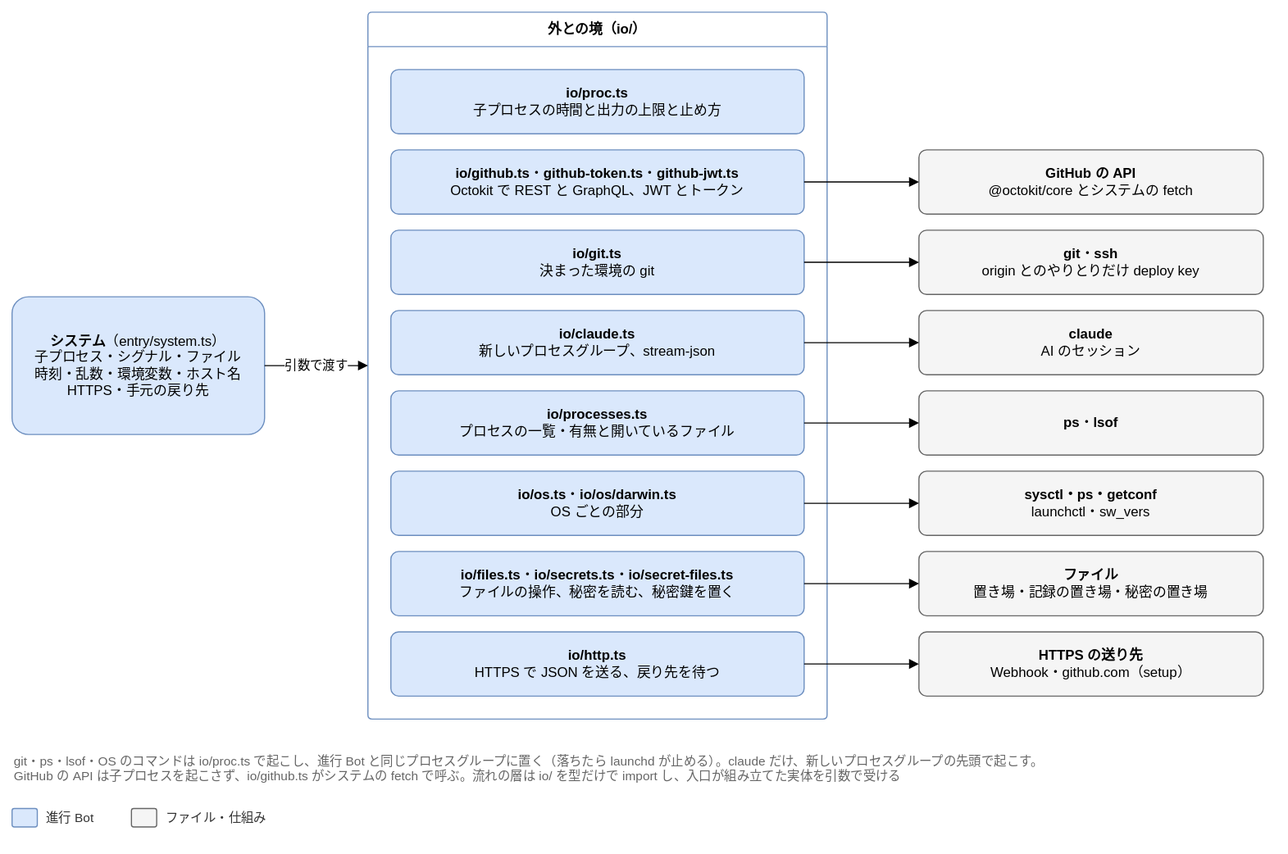
Above: docs/design/detailed/diagrams/01-modules.drawio.svg in Joymerrevent/dev-autopilot (draw.io), before the change. Source tidied: cells renumbered, new cells last; positions are measured from the earlier drawing's top-left corner, leaving out a move shared by most shapes.
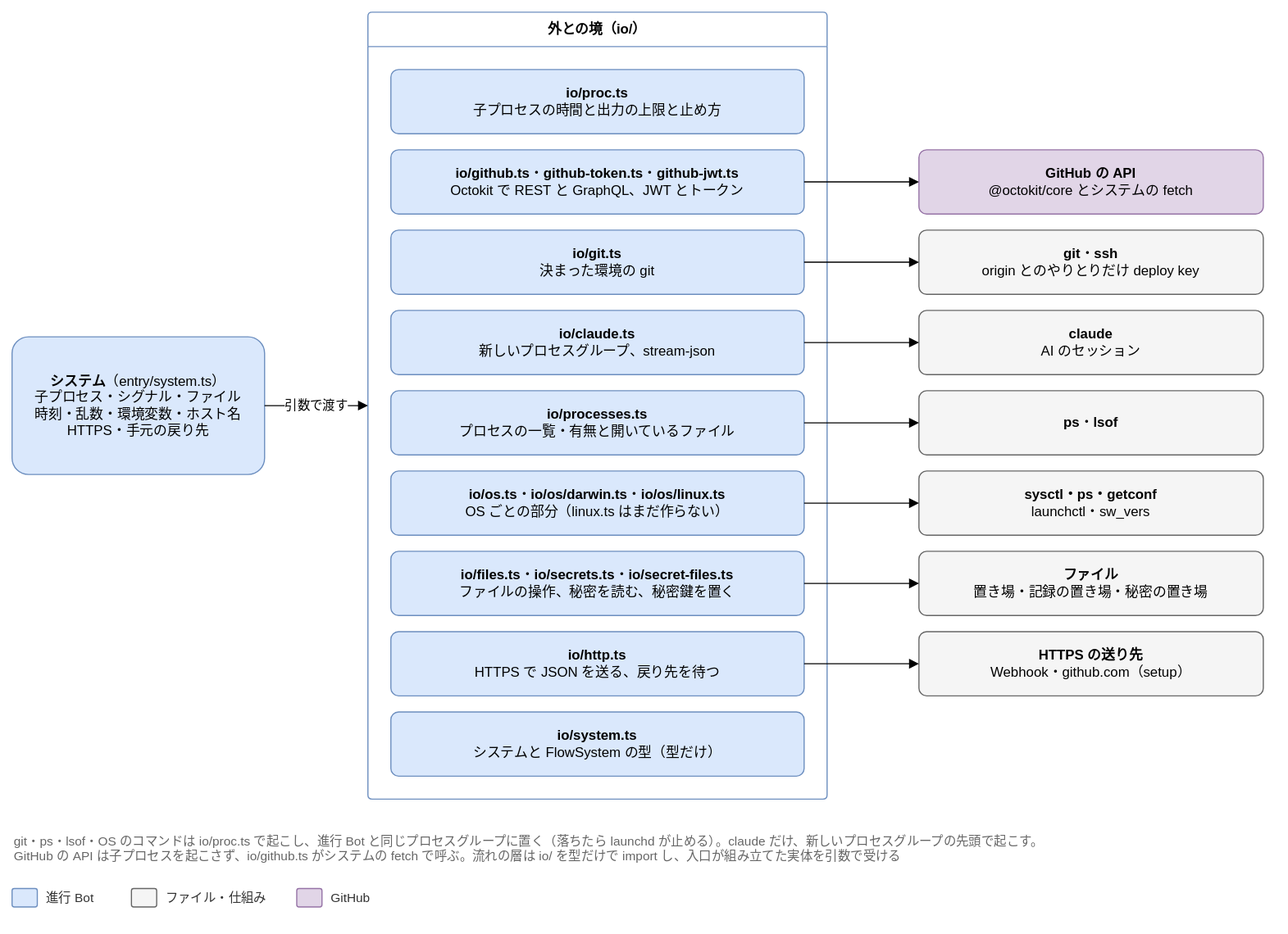
The same file after the commit.

Change to the diagram source:
```diff
@@ -3,7 +3,7 @@
     <mxCell id="0" />
     <mxCell id="1" parent="0" />
     <mxCell id="2" value="外との境（io/）" style="swimlane;startSize=30;html=1;whiteSpace=wrap;rounded=1;arcSize=4;fontStyle=1;fontSize=12;fillColor=none;swimlaneFillColor=none;strokeColor=#6c8ebf;" parent="1" vertex="1">
-      <mxGeometry x="310" width="400" height="616" as="geometry" />
+      <mxGeometry x="310" width="400" height="686" as="geometry" />
     </mxCell>
     <mxCell id="3" value="&lt;b&gt;io/proc.ts&lt;/b&gt;&lt;br&gt;子プロセスの時間と出力の上限と止め方" style="rounded=1;whiteSpace=wrap;html=1;fontSize=12;arcSize=12;spacing=12;fillColor=#dae8fc;strokeColor=#6c8ebf;" parent="2" vertex="1">
       <mxGeometry x="20" y="50" width="360" height="56" as="geometry" />
@@ -20,7 +20,7 @@
     <mxCell id="7" value="&lt;b&gt;io/processes.ts&lt;/b&gt;&lt;br&gt;プロセスの一覧・有無と開いているファイル" style="rounded=1;whiteSpace=wrap;html=1;fontSize=12;arcSize=12;spacing=12;fillColor=#dae8fc;strokeColor=#6c8ebf;" parent="2" vertex="1">
       <mxGeometry x="20" y="330" width="360" height="56" as="geometry" />
     </mxCell>
-    <mxCell id="8" value="&lt;b&gt;io/os.ts&lt;/b&gt;・&lt;b&gt;io/os/darwin.ts&lt;/b&gt;&lt;br&gt;OS ごとの部分" style="rounded=1;whiteSpace=wrap;html=1;fontSize=12;arcSize=12;spacing=12;fillColor=#dae8fc;strokeColor=#6c8ebf;" parent="2" vertex="1">
+    <mxCell id="8" value="&lt;b&gt;io/os.ts&lt;/b&gt;・&lt;b&gt;io/os/darwin.ts&lt;/b&gt;・&lt;b&gt;io/os/linux.ts&lt;/b&gt;&lt;br&gt;OS ごとの部分（linux.ts はまだ作らない）" style="rounded=1;whiteSpace=wrap;html=1;fontSize=12;arcSize=12;spacing=12;fillColor=#dae8fc;strokeColor=#6c8ebf;" parent="2" vertex="1">
       <mxGeometry x="20" y="400" width="360" height="56" as="geometry" />
     </mxCell>
     <mxCell id="9" value="&lt;b&gt;io/files.ts&lt;/b&gt;・&lt;b&gt;io/secrets.ts&lt;/b&gt;・&lt;b&gt;io/secret-files.ts&lt;/b&gt;&lt;br&gt;ファイルの操作、秘密を読む、秘密鍵を置く" style="rounded=1;whiteSpace=wrap;html=1;fontSize=12;arcSize=12;spacing=12;fillColor=#dae8fc;strokeColor=#6c8ebf;" parent="2" vertex="1">
@@ -29,13 +29,16 @@
     <mxCell id="10" value="&lt;b&gt;io/http.ts&lt;/b&gt;&lt;br&gt;HTTPS で JSON を送る、戻り先を待つ" style="rounded=1;whiteSpace=wrap;html=1;fontSize=12;arcSize=12;spacing=12;fillColor=#dae8fc;strokeColor=#6c8ebf;" parent="2" vertex="1">
       <mxGeometry x="20" y="540" width="360" height="56" as="geometry" />
     </mxCell>
+    <mxCell id="32" value="&lt;b&gt;io/system.ts&lt;/b&gt;&lt;br&gt;システムと FlowSystem の型（型だけ）" style="rounded=1;whiteSpace=wrap;html=1;fontSize=12;arcSize=12;spacing=12;fillColor=#dae8fc;strokeColor=#6c8ebf;" parent="2" vertex="1">
+      <mxGeometry x="20" y="610" width="360" height="56" as="geometry" />
+    </mxCell>
     <mxCell id="11" value="&lt;b&gt;システム&lt;/b&gt;（entry/system.ts）&lt;br&gt;子プロセス・シグナル・ファイル&lt;br&gt;時刻・乱数・環境変数・ホスト名&lt;br&gt;HTTPS・手元の戻り先" style="rounded=1;whiteSpace=wrap;html=1;fontSize=12;arcSize=12;spacing=12;fillColor=#dae8fc;strokeColor=#6c8ebf;" parent="1" vertex="1">
-      <mxGeometry y="248" width="220" height="120" as="geometry" />
+      <mxGeometry y="283" width="220" height="120" as="geometry" />
     </mxCell>
     <mxCell id="12" value="引数で渡す" style="edgeStyle=orthogonalEdgeStyle;rounded=1;html=1;endArrow=block;endFill=1;fontSize=11;labelBackgroundColor=#ffffff;exitX=1;exitY=0.5;exitDx=0;exitDy=0;entryX=0;entryY=0.5;entryDx=0;entryDy=0;" parent="1" edge="1" source="11" target="2">
       <mxGeometry relative="1" as="geometry" />
     </mxCell>
-    <mxCell id="13" value="&lt;b&gt;GitHub の API&lt;/b&gt;&lt;br&gt;@octokit/core とシステムの fetch" style="rounded=1;whiteSpace=wrap;html=1;fontSize=12;arcSize=12;spacing=12;fillColor=#f5f5f5;strokeColor=#666666;" parent="1" vertex="1">
+    <mxCell id="13" value="&lt;b&gt;GitHub の API&lt;/b&gt;&lt;br&gt;@octokit/core とシステムの fetch" style="rounded=1;whiteSpace=wrap;html=1;fontSize=12;arcSize=12;spacing=12;fillColor=#e1d5e7;strokeColor=#9673a6;" parent="1" vertex="1">
       <mxGeometry x="790" y="120" width="300" height="56" as="geometry" />
     </mxCell>
     <mxCell id="14" style="edgeStyle=orthogonalEdgeStyle;rounded=1;html=1;endArrow=block;endFill=1;fontSize=11;labelBackgroundColor=#ffffff;exitX=1;exitY=0.5;exitDx=0;exitDy=0;entryX=0;entryY=0.5;entryDx=0;entryDy=0;" parent="1" edge="1" source="4" target="13">
@@ -78,19 +81,25 @@
       <mxGeometry relative="1" as="geometry" />
     </mxCell>
     <mxCell id="27" value="git・ps・lsof・OS のコマンドは io/proc.ts で起こし、進行 Bot と同じプロセスグループに置く（落ちたら launchd が止める）。claude だけ、新しいプロセスグループの先頭で起こす。&lt;br&gt;GitHub の API は子プロセスを起こさず、io/github.ts がシステムの fetch で呼ぶ。流れの層は io/ を型だけで import し、入口が組み立てた実体を引数で受ける" style="text;html=1;whiteSpace=wrap;align=left;verticalAlign=top;fontSize=11;fontColor=#666666;" parent="1" vertex="1">
-      <mxGeometry y="640" width="1090" height="40" as="geometry" />
+      <mxGeometry y="710" width="1090" height="40" as="geometry" />
     </mxCell>
     <mxCell id="28" style="rounded=1;whiteSpace=wrap;html=1;fontSize=12;arcSize=12;spacing=12;fillColor=#dae8fc;strokeColor=#6c8ebf;" parent="1" vertex="1">
-      <mxGeometry y="694" width="22" height="16" as="geometry" />
+      <mxGeometry y="764" width="22" height="16" as="geometry" />
     </mxCell>
     <mxCell id="29" value="進行 Bot" style="text;html=1;align=left;verticalAlign=middle;fontSize=11;fontColor=#333333;" parent="1" vertex="1">
-      <mxGeometry x="28" y="692" width="60" height="20" as="geometry" />
+      <mxGeometry x="28" y="762" width="60" height="20" as="geometry" />
     </mxCell>
     <mxCell id="30" style="rounded=1;whiteSpace=wrap;html=1;fontSize=12;arcSize=12;spacing=12;fillColor=#f5f5f5;strokeColor=#666666;" parent="1" vertex="1">
-      <mxGeometry x="104" y="694" width="22" height="16" as="geometry" />
+      <mxGeometry x="104" y="764" width="22" height="16" as="geometry" />
     </mxCell>
     <mxCell id="31" value="ファイル・仕組み" style="text;html=1;align=left;verticalAlign=middle;fontSize=11;fontColor=#333333;" parent="1" vertex="1">
-      <mxGeometry x="132" y="692" width="100" height="20" as="geometry" />
+      <mxGeometry x="132" y="762" width="100" height="20" as="geometry" />
     </mxCell>
+    <mxCell id="33" style="rounded=1;whiteSpace=wrap;html=1;fontSize=12;arcSize=12;spacing=12;fillColor=#e1d5e7;strokeColor=#9673a6;" parent="1" vertex="1">
+      <mxGeometry x="248" y="764" width="22" height="16" as="geometry" />
+    </mxCell>
+    <mxCell id="34" value="GitHub" style="text;html=1;align=left;verticalAlign=middle;fontSize=11;fontColor=#333333;" parent="1" vertex="1">
+      <mxGeometry x="276" y="762" width="60" height="20" as="geometry" />
+    </mxCell>
   </root>
 </mxGraphModel>
```
